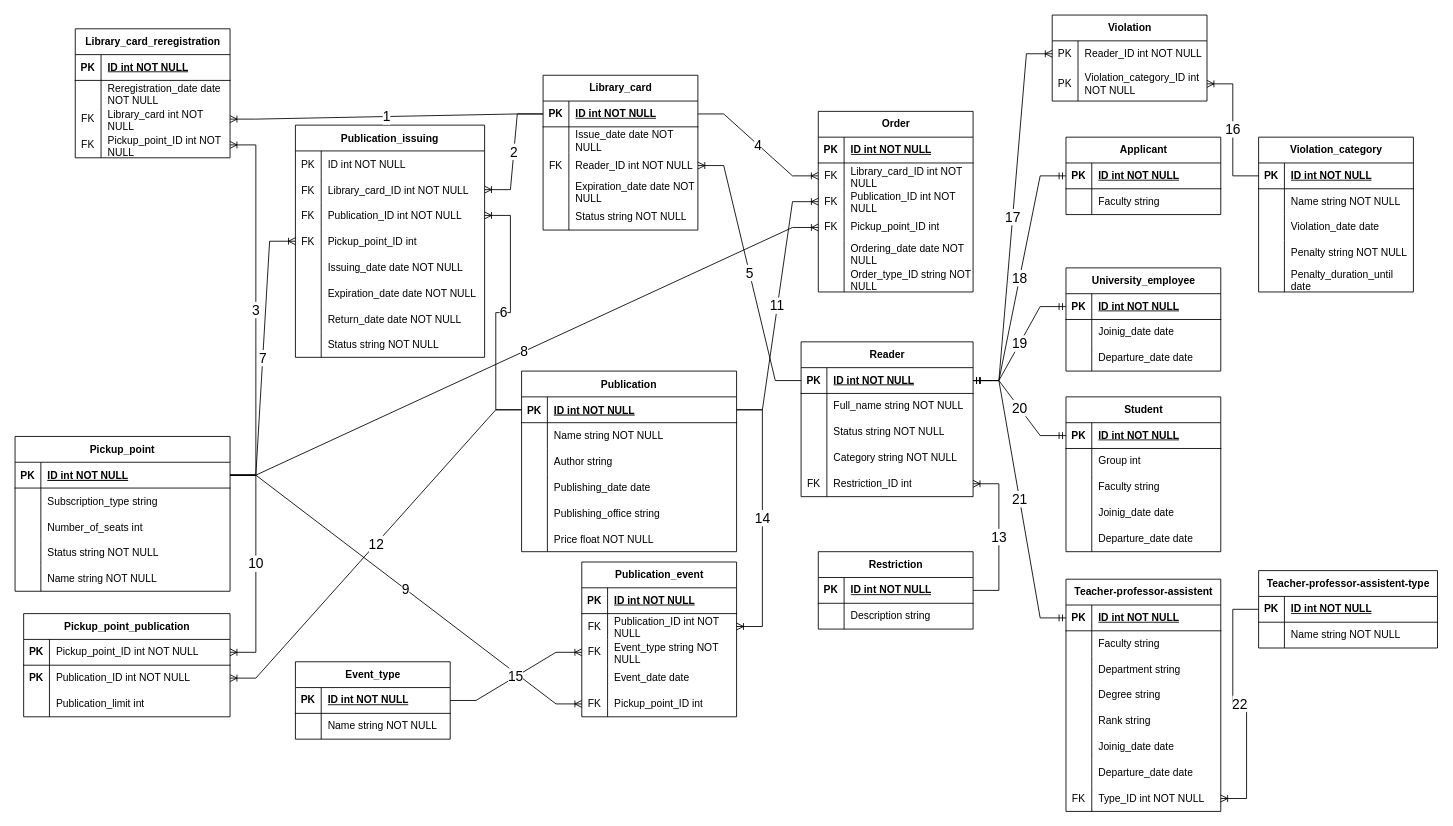
Above: university_library_project/er-model.drawio in helttek/nsu (draw.io), before the change. Source tidied: cells renumbered, new cells numbered last; positions are measured from the earlier drawing's top-left corner, leaving out a move shared by most shapes. Both pictures are drawn from the tidied source at 86%, with x=0, y=0 at pixel (15, 15).
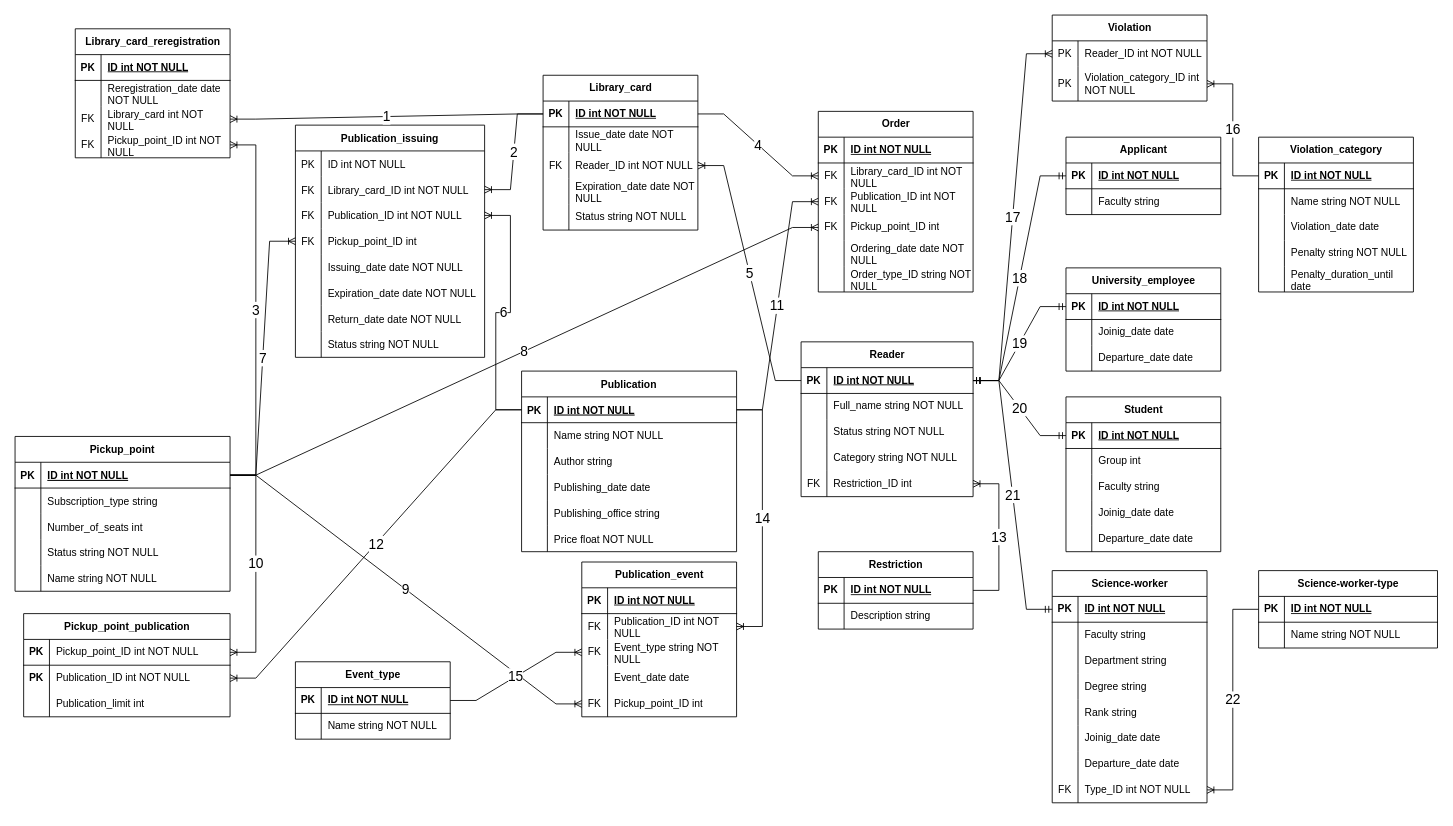
Above is the later version.

Commit message (it also covers changes not shown here):
er-model update: changed names of tables teacher-professor-assistant-type and teacher-professor-assistant to Science-worker-type and Science-worker

The edit, as a diff of the source:
```diff
@@
-    <mxCell id="200" value="Teacher-professor-assistent" style="shape=table;startSize=30;childLayout=tableLayout;rowLines=0;fontStyle=1;align=center;html=1;" parent="1" vertex="1">
-      <mxGeometry x="1222" y="656" width="180" height="270" as="geometry" />
+    <mxCell id="200" value="Science-worker" style="shape=table;startSize=30;childLayout=tableLayout;rowLines=0;fontStyle=1;align=center;html=1;" parent="1" vertex="1">
+      <mxGeometry x="1206" y="646" width="180" height="270" as="geometry" />
     </mxCell>
@@
-    <mxCell id="268" value="Teacher-professor-assistent-type" style="shape=table;startSize=30;childLayout=tableLayout;rowLines=0;fontStyle=1;align=center;html=1;" parent="1" vertex="1">
+    <mxCell id="268" value="Science-worker-type" style="shape=table;startSize=30;childLayout=tableLayout;rowLines=0;fontStyle=1;align=center;html=1;" parent="1" vertex="1">
       <mxGeometry x="1446" y="646" width="208" height="90" as="geometry" />
     </mxCell>
```
